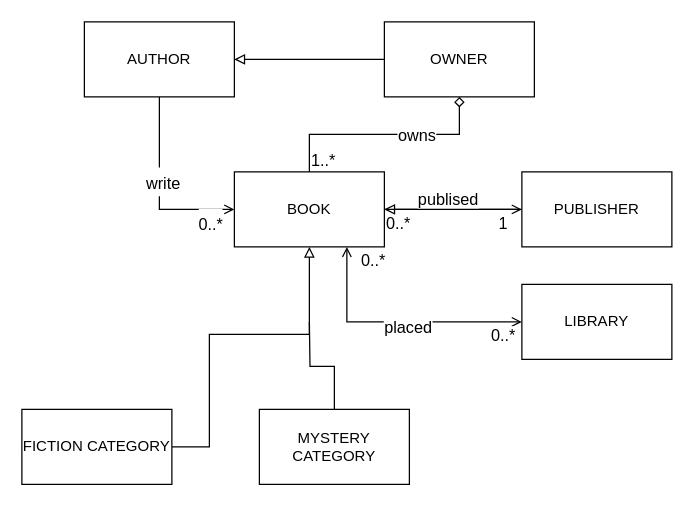
Before: exercise3 classDiagram.drawio in MuhdIrfanNoor/week2class-diagram, a draw.io diagram. Source tidied: cells renumbered, new cells numbered last; positions are measured from the earlier drawing's top-left corner, leaving out a move shared by most shapes. Both pictures are drawn from the tidied source at 125%, with x=0, y=0 at pixel (21, 21).
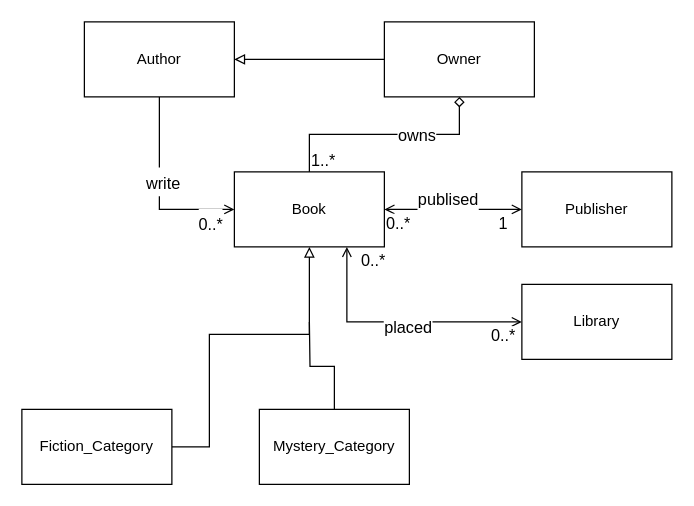
The same page after the edit.

The edit, as a diff of the source:
```diff
@@
-    <mxCell id="5" value="AUTHOR" style="rounded=0;whiteSpace=wrap;html=1;" parent="1" vertex="1">
+    <mxCell id="5" value="Author" style="rounded=0;whiteSpace=wrap;html=1;" parent="1" vertex="1">
       <mxGeometry x="50" width="120" height="60" as="geometry" />
     </mxCell>
@@
-    <mxCell id="7" value="OWNER" style="rounded=0;whiteSpace=wrap;html=1;" parent="1" vertex="1">
+    <mxCell id="7" value="Owner" style="rounded=0;whiteSpace=wrap;html=1;" parent="1" vertex="1">
       <mxGeometry x="290" width="120" height="60" as="geometry" />
     </mxCell>
@@
-    <mxCell id="11" style="edgeStyle=orthogonalEdgeStyle;rounded=0;jettySize=auto;html=1;entryX=0;entryY=0.5;entryDx=0;entryDy=0;endArrow=open;endFill=0;startArrow=none;startFill=0;" parent="1" edge="1" source="19" target="21">
+    <mxCell id="11" style="edgeStyle=orthogonalEdgeStyle;rounded=0;jettySize=auto;html=1;entryX=0;entryY=0.5;entryDx=0;entryDy=0;endArrow=open;endFill=0;startArrow=open;startFill=0;" parent="1" edge="1" source="19" target="21">
       <mxGeometry relative="1" as="geometry" />
     </mxCell>
@@
-    <mxCell id="19" value="BOOK" style="rounded=0;whiteSpace=wrap;html=1;" parent="1" vertex="1">
+    <mxCell id="19" value="Book" style="rounded=0;whiteSpace=wrap;html=1;" parent="1" vertex="1">
       <mxGeometry x="170" y="120" width="120" height="60" as="geometry" />
     </mxCell>
-    <mxCell id="20" style="edgeStyle=orthogonalEdgeStyle;rounded=0;jettySize=auto;html=1;startArrow=none;startFill=0;endArrow=block;endFill=0;fontSize=13;" parent="1" edge="1" source="21" target="19">
-      <mxGeometry relative="1" as="geometry" />
-    </mxCell>
-    <mxCell id="21" value="PUBLISHER" style="rounded=0;whiteSpace=wrap;html=1;" parent="1" vertex="1">
+    <mxCell id="21" value="Publisher" style="rounded=0;whiteSpace=wrap;html=1;" parent="1" vertex="1">
       <mxGeometry x="400" y="120" width="120" height="60" as="geometry" />
     </mxCell>
-    <mxCell id="22" value="LIBRARY" style="rounded=0;whiteSpace=wrap;html=1;" parent="1" vertex="1">
+    <mxCell id="22" value="Library" style="rounded=0;whiteSpace=wrap;html=1;" parent="1" vertex="1">
       <mxGeometry x="400" y="210" width="120" height="60" as="geometry" />
     </mxCell>
@@
-    <mxCell id="24" value="FICTION CATEGORY" style="rounded=0;whiteSpace=wrap;html=1;" parent="1" vertex="1">
+    <mxCell id="24" value="Fiction_Category" style="rounded=0;whiteSpace=wrap;html=1;" parent="1" vertex="1">
       <mxGeometry y="310" width="120" height="60" as="geometry" />
     </mxCell>
@@
-    <mxCell id="26" value="MYSTERY CATEGORY" style="rounded=0;whiteSpace=wrap;html=1;" parent="1" vertex="1">
+    <mxCell id="26" value="Mystery_Category" style="rounded=0;whiteSpace=wrap;html=1;" parent="1" vertex="1">
       <mxGeometry x="190" y="310" width="120" height="60" as="geometry" />
     </mxCell>
```
